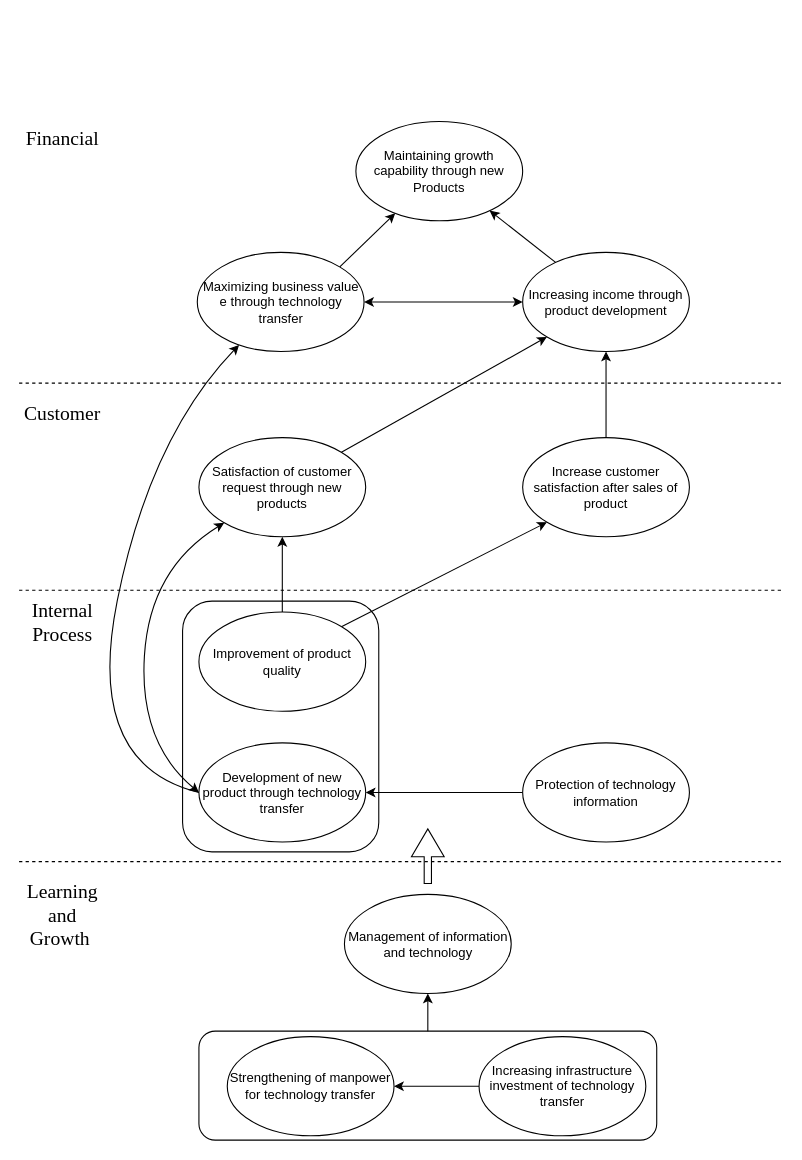
This is Case1.drawio from jetorz/diagrams, a draw.io file, before an edit. Source tidied: cells renumbered, new cells numbered last; positions are measured from the earlier drawing's top-left corner, leaving out a move shared by most shapes. Both pictures are drawn from the tidied source at 109%, with x=0, y=0 at pixel (19, 121).
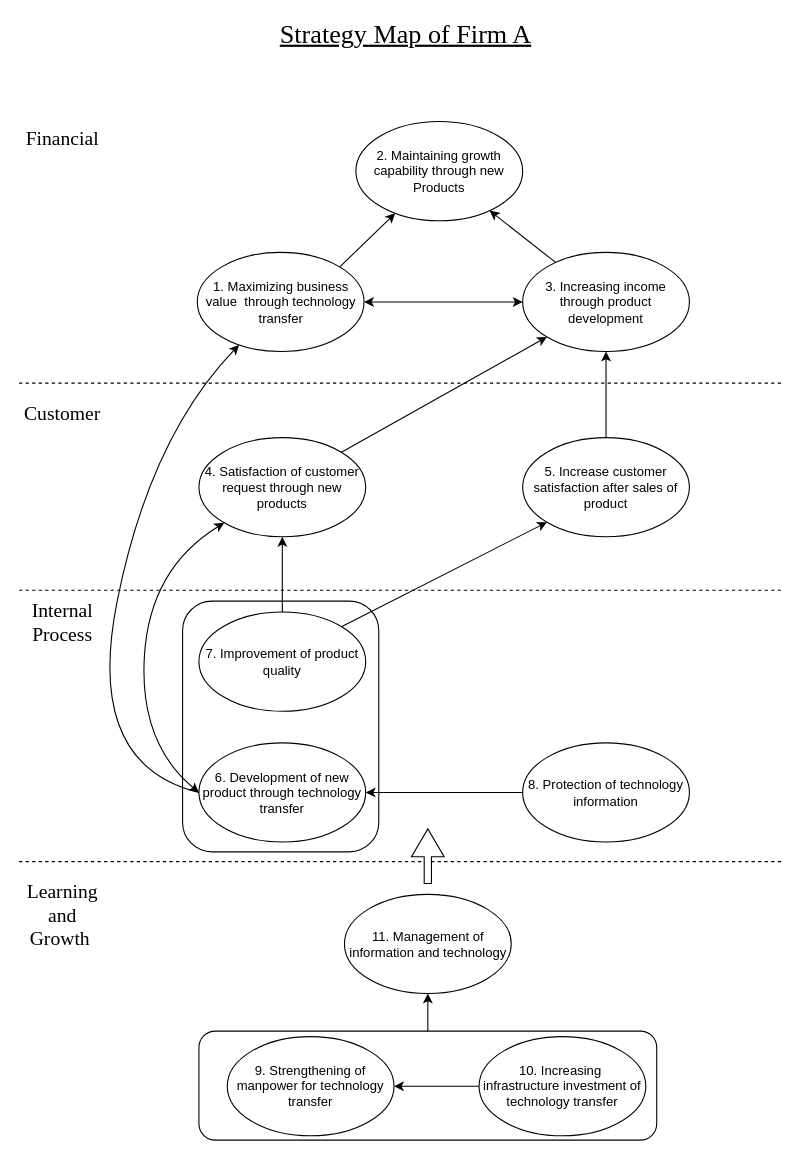
After the change.

Change to the diagram source:
```diff
@@
-    <mxCell id="6" value="Increasing infrastructure investment of technology transfer" style="ellipse;whiteSpace=wrap;html=1;" parent="1" vertex="1">
+    <mxCell id="6" value="10. Increasing&amp;nbsp; infrastructure investment of technology transfer" style="ellipse;whiteSpace=wrap;html=1;" parent="1" vertex="1">
       <mxGeometry x="422" y="839.5" width="153" height="91" as="geometry" />
     </mxCell>
-    <mxCell id="7" style="shape=singleArrow;direction=north;whiteSpace=wrap;html=1;arrowWidth=0.22222188313802083;arrowSize=0.509999694824221;" parent="1" vertex="1">
-      <mxGeometry x="360" y="649" width="30" height="50" as="geometry" />
-    </mxCell>
@@
-    <mxCell id="15" value="Management of information and technology" style="ellipse;whiteSpace=wrap;html=1;" parent="1" vertex="1">
+    <mxCell id="15" value="11. Management of information and technology" style="ellipse;whiteSpace=wrap;html=1;" parent="1" vertex="1">
       <mxGeometry x="298.5" y="709" width="153" height="91" as="geometry" />
     </mxCell>
-    <mxCell id="16" value="Strengthening of manpower for technology transfer" style="ellipse;whiteSpace=wrap;html=1;" parent="1" vertex="1">
+    <mxCell id="16" value="9. Strengthening of manpower for technology transfer" style="ellipse;whiteSpace=wrap;html=1;" parent="1" vertex="1">
       <mxGeometry x="191" y="839.5" width="153" height="91" as="geometry" />
     </mxCell>
@@
-    <mxCell id="18" value="Protection of technology information" style="ellipse;whiteSpace=wrap;html=1;" parent="1" vertex="1">
+    <mxCell id="18" value="8. Protection of technology information" style="ellipse;whiteSpace=wrap;html=1;" parent="1" vertex="1">
       <mxGeometry x="462" y="570" width="153" height="91" as="geometry" />
     </mxCell>
@@
-    <mxCell id="20" value="Improvement of product quality" style="ellipse;whiteSpace=wrap;html=1;" parent="1" vertex="1">
+    <mxCell id="20" value="7. Improvement of product quality" style="ellipse;whiteSpace=wrap;html=1;" parent="1" vertex="1">
       <mxGeometry x="165" y="450" width="153" height="91" as="geometry" />
     </mxCell>
-    <mxCell id="21" value="&lt;span&gt;Development of new product through technology transfer&lt;/span&gt;" style="ellipse;whiteSpace=wrap;html=1;" parent="1" vertex="1">
+    <mxCell id="21" value="&lt;span&gt;6. Development of new product through technology transfer&lt;/span&gt;" style="ellipse;whiteSpace=wrap;html=1;" parent="1" vertex="1">
       <mxGeometry x="165" y="570" width="153" height="91" as="geometry" />
     </mxCell>
@@
-    <mxCell id="23" value="Increase customer satisfaction after sales of product" style="ellipse;whiteSpace=wrap;html=1;" parent="1" vertex="1">
+    <mxCell id="23" value="5. Increase customer satisfaction after sales of product" style="ellipse;whiteSpace=wrap;html=1;" parent="1" vertex="1">
       <mxGeometry x="462" y="290" width="153" height="91" as="geometry" />
     </mxCell>
@@
-    <mxCell id="25" value="Satisfaction of customer request through new products" style="ellipse;whiteSpace=wrap;html=1;" parent="1" vertex="1">
+    <mxCell id="25" value="4. Satisfaction of customer request through new products" style="ellipse;whiteSpace=wrap;html=1;" parent="1" vertex="1">
       <mxGeometry x="165" y="290" width="153" height="91" as="geometry" />
     </mxCell>
@@
-    <mxCell id="28" value="Increasing income through product development" style="ellipse;whiteSpace=wrap;html=1;" parent="1" vertex="1">
+    <mxCell id="28" value="3. Increasing income through product development" style="ellipse;whiteSpace=wrap;html=1;" parent="1" vertex="1">
       <mxGeometry x="462" y="120" width="153" height="91" as="geometry" />
     </mxCell>
-    <mxCell id="29" value="Maximizing business value e through technology transfer" style="ellipse;whiteSpace=wrap;html=1;" parent="1" vertex="1">
+    <mxCell id="29" value="1. Maximizing business value&amp;nbsp; through technology transfer" style="ellipse;whiteSpace=wrap;html=1;" parent="1" vertex="1">
       <mxGeometry x="163.5" y="120" width="153" height="91" as="geometry" />
     </mxCell>
-    <mxCell id="30" value="Maintaining growth capability through new Products" style="ellipse;whiteSpace=wrap;html=1;" parent="1" vertex="1">
+    <mxCell id="30" value="2. Maintaining growth capability through new Products" style="ellipse;whiteSpace=wrap;html=1;" parent="1" vertex="1">
       <mxGeometry x="309" width="153" height="91" as="geometry" />
     </mxCell>
@@
+    <mxCell id="35" value="&lt;font face=&quot;cambria, serif&quot; style=&quot;font-size: 24px&quot;&gt;&lt;u&gt;Strategy Map of Firm A&lt;/u&gt;&lt;/font&gt;" style="text;html=1;strokeColor=none;fillColor=none;align=center;verticalAlign=middle;whiteSpace=wrap;rounded=0;" parent="1" vertex="1">
+      <mxGeometry x="210" y="-90" width="290" height="20" as="geometry" />
+    </mxCell>
+    <mxCell id="7" style="shape=singleArrow;direction=north;whiteSpace=wrap;html=1;arrowWidth=0.22222188313802083;arrowSize=0.509999694824221;" parent="1" vertex="1">
+      <mxGeometry x="360" y="649" width="30" height="50" as="geometry" />
+    </mxCell>
```
